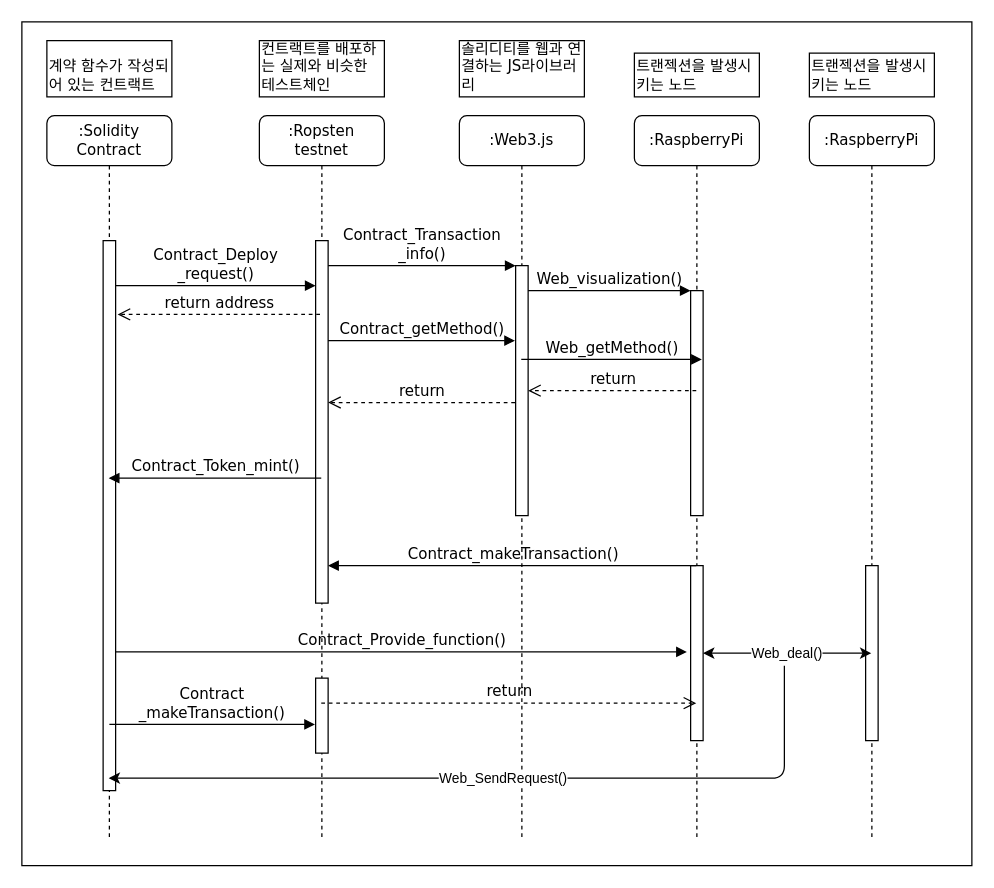
Before: diagram/Sequence Diagram.drawio in jangjh0601/blockchain_mask, a draw.io diagram. Source tidied: cells renumbered, new cells numbered last; positions are measured from the earlier drawing's top-left corner, leaving out a move shared by most shapes. Both pictures are drawn from the tidied source at 125%, with x=0, y=0 at pixel (21, 21).
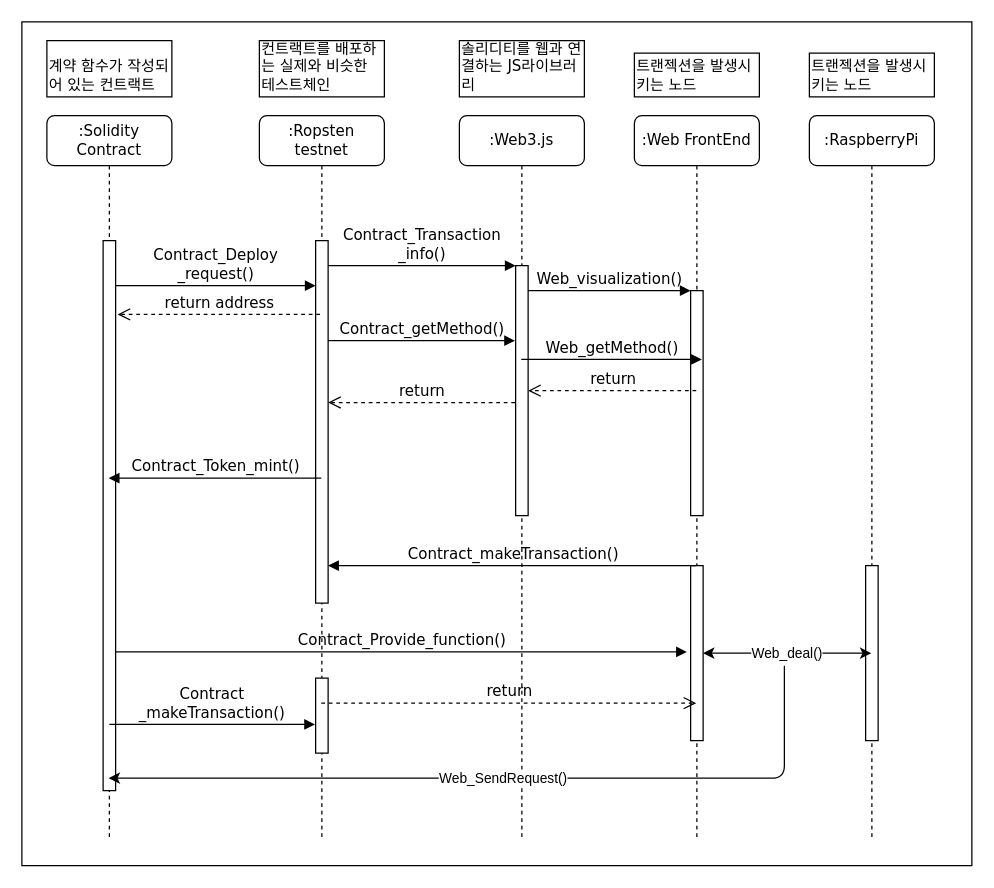
The same page after the edit.

Change to the diagram source:
```diff
@@
-    <mxCell id="8" value=":RaspberryPi" style="shape=umlLifeline;perimeter=lifelinePerimeter;whiteSpace=wrap;html=1;outlineConnect=0;rounded=1;shadow=0;comic=0;labelBackgroundColor=none;strokeWidth=1;fontFamily=Verdana;fontSize=12;align=center;" parent="1" vertex="1">
+    <mxCell id="8" value=":Web FrontEnd" style="shape=umlLifeline;perimeter=lifelinePerimeter;whiteSpace=wrap;html=1;outlineConnect=0;rounded=1;shadow=0;comic=0;labelBackgroundColor=none;strokeWidth=1;fontFamily=Verdana;fontSize=12;align=center;" parent="1" vertex="1">
       <mxGeometry x="490" y="75" width="100" height="580" as="geometry" />
     </mxCell>
```
